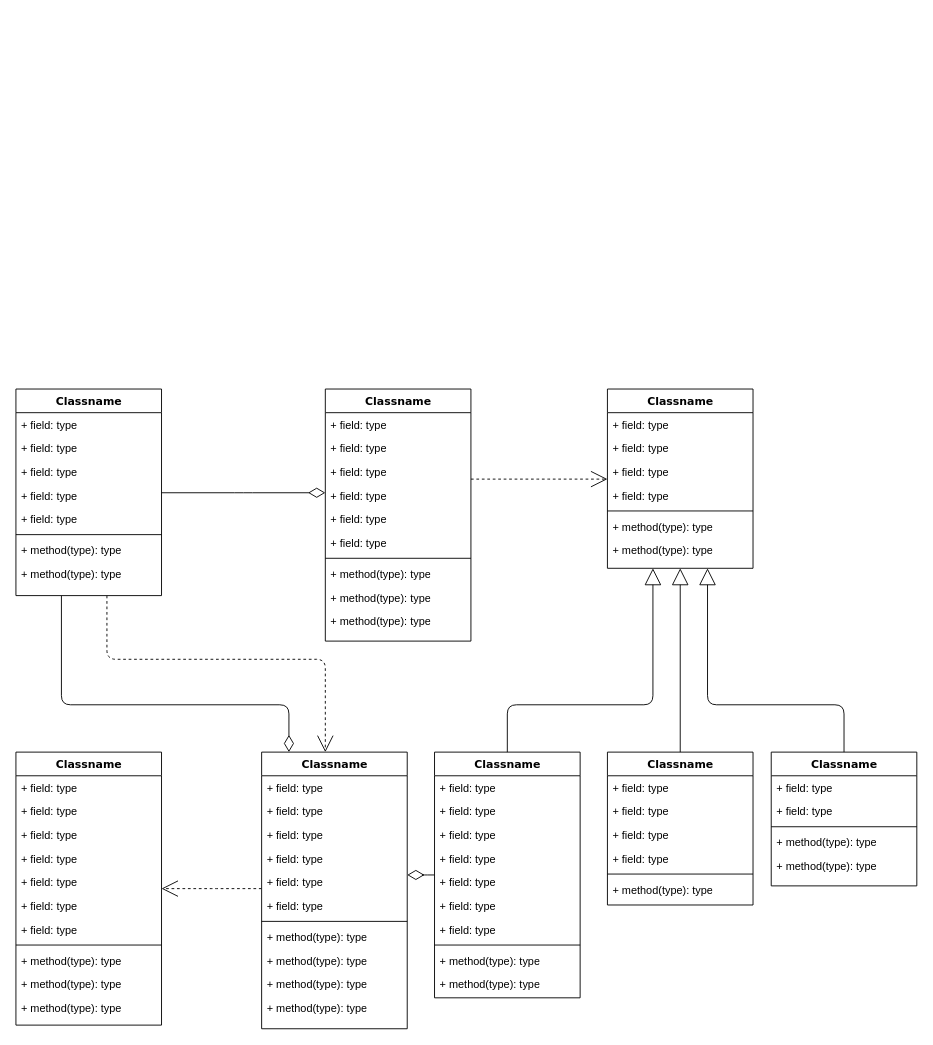
Above: job-master/graph/sys_design.drawio in rockwxp/Token-Job-Monitor (draw.io), before the change. Source tidied: cells renumbered, new cells numbered last; positions are measured from the earlier drawing's top-left corner, leaving out a move shared by most shapes. Both pictures are drawn from the tidied source at 91%, with x=0, y=0 at pixel (15, 389).
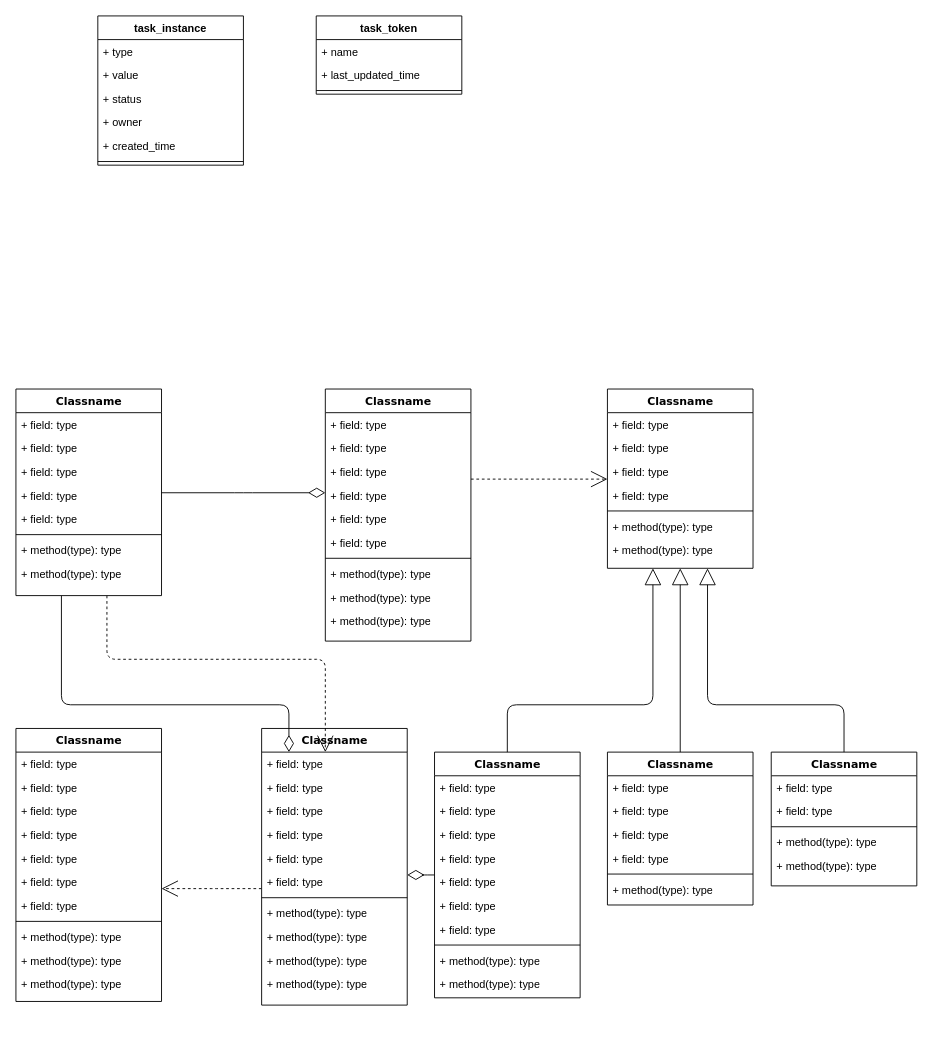
Above is the later version.

The change refers to these unchanged cells:
```xml
<mxCell id="4" value="Classname" style="swimlane;html=1;fontStyle=1;align=center;verticalAlign=top;horizontal=1;startSize=26;swimlaneFillColor=#ffffff;rounded=0;shadow=0;comic=0;labelBackgroundColor=none;strokeWidth=1;fillColor=none;fontFamily=Verdana;fontSize=12;" parent="1" vertex="1">
  <mxGeometry width="160" height="227" as="geometry" />
</mxCell>
<mxCell id="60" value="Classname" style="swimlane;html=1;fontStyle=1;align=center;verticalAlign=top;horizontal=1;startSize=26;swimlaneFillColor=#ffffff;rounded=0;shadow=0;comic=0;labelBackgroundColor=none;strokeWidth=1;fillColor=none;fontFamily=Verdana;fontSize=12;" parent="1" vertex="1">
  <mxGeometry x="460" y="399" width="160" height="270" as="geometry" />
</mxCell>
```

What changed in the source:
```diff
@@
-    <mxCell id="2" style="edgeStyle=orthogonalEdgeStyle;html=1;labelBackgroundColor=none;startFill=0;startSize=8;endArrow=open;endFill=0;endSize=16;fontFamily=Verdana;fontSize=12;dashed=1;" parent="1" edge="1" source="4" target="47">
+    <mxCell id="2" style="edgeStyle=orthogonalEdgeStyle;html=1;labelBackgroundColor=none;startFill=0;startSize=8;endArrow=open;endFill=0;endSize=16;fontFamily=Verdana;fontSize=12;dashed=1;" parent="1" edge="1" source="4">
       <mxGeometry relative="1" as="geometry">
+        <mxPoint x="340" y="399" as="targetPoint" />
         <Array as="points">
           <mxPoint x="100" y="297" />
           <mxPoint x="340" y="297" />
         </Array>
       </mxGeometry>
     </mxCell>
-    <mxCell id="3" style="edgeStyle=orthogonalEdgeStyle;html=1;labelBackgroundColor=none;startFill=0;startSize=8;endArrow=diamondThin;endFill=0;endSize=16;fontFamily=Verdana;fontSize=12;" parent="1" edge="1" source="4" target="47">
+    <mxCell id="3" style="edgeStyle=orthogonalEdgeStyle;html=1;labelBackgroundColor=none;startFill=0;startSize=8;endArrow=diamondThin;endFill=0;endSize=16;fontFamily=Verdana;fontSize=12;" parent="1" edge="1" source="4">
       <mxGeometry relative="1" as="geometry">
+        <mxPoint x="300" y="399" as="targetPoint" />
         <Array as="points">
           <mxPoint x="50" y="347" />
           <mxPoint x="300" y="347" />
         </Array>
       </mxGeometry>
     </mxCell>
@@
-    <mxCell id="33" style="edgeStyle=elbowEdgeStyle;html=1;labelBackgroundColor=none;startFill=0;startSize=8;endArrow=open;endFill=0;endSize=16;fontFamily=Verdana;fontSize=12;elbow=vertical;dashed=1;" parent="1" edge="1" source="47" target="34">
-      <mxGeometry relative="1" as="geometry" />
+    <mxCell id="33" style="edgeStyle=elbowEdgeStyle;html=1;labelBackgroundColor=none;startFill=0;startSize=8;endArrow=open;endFill=0;endSize=16;fontFamily=Verdana;fontSize=12;elbow=vertical;dashed=1;" parent="1" edge="1">
+      <mxGeometry relative="1" as="geometry">
+        <mxPoint x="270" y="549" as="sourcePoint" />
+        <mxPoint x="160" y="549" as="targetPoint" />
+      </mxGeometry>
     </mxCell>
     <mxCell id="34" value="Classname" style="swimlane;html=1;fontStyle=1;align=center;verticalAlign=top;horizontal=1;startSize=26;swimlaneFillColor=#ffffff;rounded=0;shadow=0;comic=0;labelBackgroundColor=none;strokeWidth=1;fillColor=none;fontFamily=Verdana;fontSize=12;" parent="1" vertex="1">
-      <mxGeometry y="399" width="160" height="300" as="geometry" />
+      <mxGeometry y="373" width="160" height="300" as="geometry" />
     </mxCell>
@@
-    <mxCell id="46" style="edgeStyle=elbowEdgeStyle;html=1;labelBackgroundColor=none;startFill=0;startSize=8;endArrow=diamondThin;endFill=0;endSize=16;fontFamily=Verdana;fontSize=12;elbow=vertical;" parent="1" edge="1" source="60" target="47">
-      <mxGeometry relative="1" as="geometry" />
+    <mxCell id="46" style="edgeStyle=elbowEdgeStyle;html=1;labelBackgroundColor=none;startFill=0;startSize=8;endArrow=diamondThin;endFill=0;endSize=16;fontFamily=Verdana;fontSize=12;elbow=vertical;" parent="1" edge="1" source="60">
+      <mxGeometry relative="1" as="geometry">
+        <mxPoint x="430" y="534" as="targetPoint" />
+      </mxGeometry>
     </mxCell>
     <mxCell id="47" value="Classname" style="swimlane;html=1;fontStyle=1;align=center;verticalAlign=top;horizontal=1;startSize=26;swimlaneFillColor=#ffffff;rounded=0;shadow=0;comic=0;labelBackgroundColor=none;strokeWidth=1;fillColor=none;fontFamily=Verdana;fontSize=12;" parent="1" vertex="1">
-      <mxGeometry x="270" y="399" width="160" height="304" as="geometry" />
+      <mxGeometry x="270" y="373" width="160" height="304" as="geometry" />
     </mxCell>
@@
+    <mxCell id="87" value="task_instance" style="swimlane;fontStyle=1;align=center;verticalAlign=top;horizontal=1;startSize=26;" parent="1" vertex="1">
+      <mxGeometry x="90" y="-410" width="160" height="164" as="geometry" />
+    </mxCell>
+    <mxCell id="88" value="+ type" style="text;strokeColor=none;fillColor=none;align=left;verticalAlign=top;spacingLeft=4;spacingRight=4;overflow=hidden;" parent="87" vertex="1">
+      <mxGeometry y="26" width="160" height="26" as="geometry" />
+    </mxCell>
+    <mxCell id="89" value="+ value" style="text;strokeColor=none;fillColor=none;align=left;verticalAlign=top;spacingLeft=4;spacingRight=4;overflow=hidden;" parent="87" vertex="1">
+      <mxGeometry y="52" width="160" height="26" as="geometry" />
+    </mxCell>
+    <mxCell id="90" value="+ status" style="text;strokeColor=none;fillColor=none;align=left;verticalAlign=top;spacingLeft=4;spacingRight=4;overflow=hidden;" parent="87" vertex="1">
+      <mxGeometry y="78" width="160" height="26" as="geometry" />
+    </mxCell>
+    <mxCell id="91" value="+ owner" style="text;strokeColor=none;fillColor=none;align=left;verticalAlign=top;spacingLeft=4;spacingRight=4;overflow=hidden;" parent="87" vertex="1">
+      <mxGeometry y="104" width="160" height="26" as="geometry" />
+    </mxCell>
+    <mxCell id="92" value="+ created_time" style="text;strokeColor=none;fillColor=none;align=left;verticalAlign=top;spacingLeft=4;spacingRight=4;overflow=hidden;" parent="87" vertex="1">
+      <mxGeometry y="130" width="160" height="26" as="geometry" />
+    </mxCell>
+    <mxCell id="93" style="line;strokeWidth=1;fillColor=none;align=left;verticalAlign=middle;spacingTop=-1;spacingLeft=3;spacingRight=3;labelPosition=right;" parent="87" vertex="1">
+      <mxGeometry y="156" width="160" height="8" as="geometry" />
+    </mxCell>
+    <mxCell id="94" value="task_token" style="swimlane;fontStyle=1;align=center;verticalAlign=top;horizontal=1;startSize=26;" parent="1" vertex="1">
+      <mxGeometry x="330" y="-410" width="160" height="86" as="geometry" />
+    </mxCell>
+    <mxCell id="95" value="+ name" style="text;strokeColor=none;fillColor=none;align=left;verticalAlign=top;spacingLeft=4;spacingRight=4;overflow=hidden;" parent="94" vertex="1">
+      <mxGeometry y="26" width="160" height="26" as="geometry" />
+    </mxCell>
+    <mxCell id="96" value="+ last_updated_time" style="text;strokeColor=none;fillColor=none;align=left;verticalAlign=top;spacingLeft=4;spacingRight=4;overflow=hidden;" parent="94" vertex="1">
+      <mxGeometry y="52" width="160" height="26" as="geometry" />
+    </mxCell>
+    <mxCell id="97" style="line;strokeWidth=1;fillColor=none;align=left;verticalAlign=middle;spacingTop=-1;spacingLeft=3;spacingRight=3;labelPosition=right;" parent="94" vertex="1">
+      <mxGeometry y="78" width="160" height="8" as="geometry" />
+    </mxCell>
```
